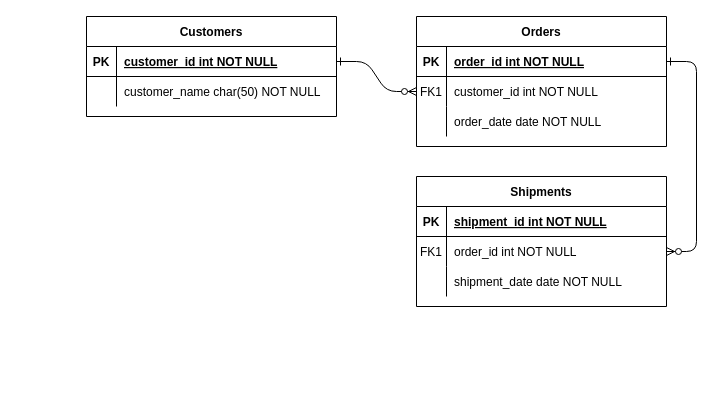
This is CS331Project1ERD.drawio from Meloyg/Java-JPA, a draw.io file, before an edit. Source tidied: cells renumbered, new cells numbered last; positions are measured from the earlier drawing's top-left corner, leaving out a move shared by most shapes. Both pictures are drawn from the tidied source at 100%, with x=0, y=0 at pixel (86, 16).
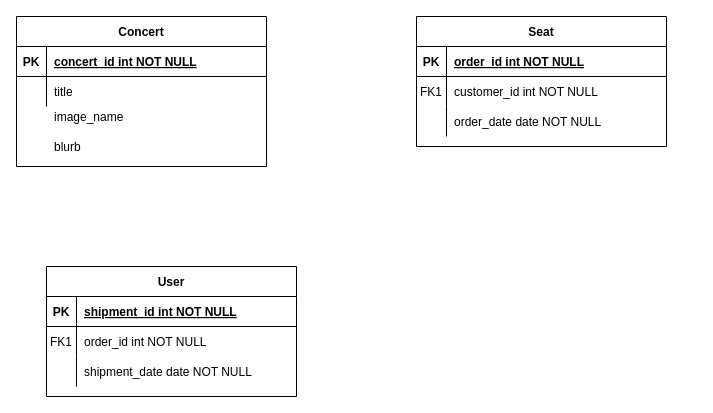
After the change.

The change refers to these unchanged cells:
```xml
<mxCell id="5" style="shape=partialRectangle;fillColor=none;points=[[0,0.5],[1,0.5]];portConstraint=eastwest;top=0;left=0;right=0;bottom=1;" parent="4" vertex="1">
  <mxGeometry y="30" width="250" height="30" as="geometry" />
</mxCell>
<mxCell id="8" style="shape=partialRectangle;fillColor=none;points=[[0,0.5],[1,0.5]];portConstraint=eastwest;top=0;left=0;right=0;bottom=0;" parent="4" vertex="1">
  <mxGeometry y="60" width="250" height="30" as="geometry" />
</mxCell>
<mxCell id="18" style="shape=partialRectangle;fillColor=none;points=[[0,0.5],[1,0.5]];portConstraint=eastwest;top=0;left=0;right=0;bottom=0;" parent="14" vertex="1">
  <mxGeometry y="60" width="250" height="30" as="geometry" />
</mxCell>
<mxCell id="25" style="shape=partialRectangle;fillColor=none;points=[[0,0.5],[1,0.5]];portConstraint=eastwest;top=0;left=0;right=0;bottom=1;" parent="24" vertex="1">
  <mxGeometry y="30" width="250" height="30" as="geometry" />
</mxCell>
<mxCell id="28" style="shape=partialRectangle;fillColor=none;top=0;left=0;right=0;bottom=0;" parent="24" vertex="1">
  <mxGeometry y="60" width="250" height="30" as="geometry" />
</mxCell>
```

Diff of the diagram source:
```diff
@@
-    <mxCell id="2" style="edgeStyle=entityRelationEdgeStyle;endArrow=ERzeroToMany;startArrow=ERone;endFill=1;startFill=0;" parent="1" edge="1" source="25" target="8">
-      <mxGeometry relative="1" as="geometry" />
-    </mxCell>
-    <mxCell id="3" style="edgeStyle=entityRelationEdgeStyle;endArrow=ERzeroToMany;startArrow=ERone;endFill=1;startFill=0;" parent="1" edge="1" source="5" target="18">
-      <mxGeometry relative="1" as="geometry" />
-    </mxCell>
-    <mxCell id="4" value="Orders" style="shape=table;startSize=30;childLayout=tableLayout;rowLines=0;fontStyle=1;align=center;" parent="1" vertex="1">
+    <mxCell id="4" value="Seat" style="shape=table;startSize=30;childLayout=tableLayout;rowLines=0;fontStyle=1;align=center;" parent="1" vertex="1">
       <mxGeometry x="330" width="250" height="130" as="geometry" />
     </mxCell>
@@
-    <mxCell id="14" value="Shipments" style="shape=table;startSize=30;childLayout=tableLayout;rowLines=0;fontStyle=1;align=center;" parent="1" vertex="1">
-      <mxGeometry x="330" y="160" width="250" height="130" as="geometry" />
+    <mxCell id="14" value="User" style="shape=table;startSize=30;childLayout=tableLayout;rowLines=0;fontStyle=1;align=center;" parent="1" vertex="1">
+      <mxGeometry x="-40" y="250" width="250" height="130" as="geometry" />
     </mxCell>
@@
-    <mxCell id="24" value="Customers" style="shape=table;startSize=30;childLayout=tableLayout;rowLines=0;fontStyle=1;align=center;" parent="1" vertex="1">
-      <mxGeometry width="250" height="100" as="geometry" />
+    <mxCell id="24" value="Concert" style="shape=table;startSize=30;childLayout=tableLayout;rowLines=0;fontStyle=1;align=center;" parent="1" vertex="1">
+      <mxGeometry x="-70" width="250" height="150" as="geometry" />
     </mxCell>
@@
-    <mxCell id="27" value="customer_id int NOT NULL " style="shape=partialRectangle;overflow=hidden;fillColor=none;top=0;left=0;bottom=0;right=0;align=left;spacingLeft=6;fontStyle=5;" parent="25" vertex="1">
+    <mxCell id="27" value="concert_id int NOT NULL " style="shape=partialRectangle;overflow=hidden;fillColor=none;top=0;left=0;bottom=0;right=0;align=left;spacingLeft=6;fontStyle=5;" parent="25" vertex="1">
       <mxGeometry x="30" width="220" height="30" as="geometry" />
     </mxCell>
@@
-    <mxCell id="30" value="customer_name char(50) NOT NULL" style="shape=partialRectangle;overflow=hidden;fillColor=none;top=0;left=0;bottom=0;right=0;align=left;spacingLeft=6;" parent="28" vertex="1">
+    <mxCell id="30" value="title" style="shape=partialRectangle;overflow=hidden;fillColor=none;top=0;left=0;bottom=0;right=0;align=left;spacingLeft=6;" parent="28" vertex="1">
       <mxGeometry x="30" width="220" height="30" as="geometry" />
     </mxCell>
+    <mxCell id="31" value="image_name" style="shape=partialRectangle;overflow=hidden;fillColor=none;top=0;left=0;bottom=0;right=0;align=left;spacingLeft=6;" parent="1" vertex="1">
+      <mxGeometry x="-40" y="85" width="220" height="30" as="geometry" />
+    </mxCell>
+    <mxCell id="32" value="blurb" style="shape=partialRectangle;overflow=hidden;fillColor=none;top=0;left=0;bottom=0;right=0;align=left;spacingLeft=6;" parent="1" vertex="1">
+      <mxGeometry x="-40" y="115" width="220" height="30" as="geometry" />
+    </mxCell>
```
